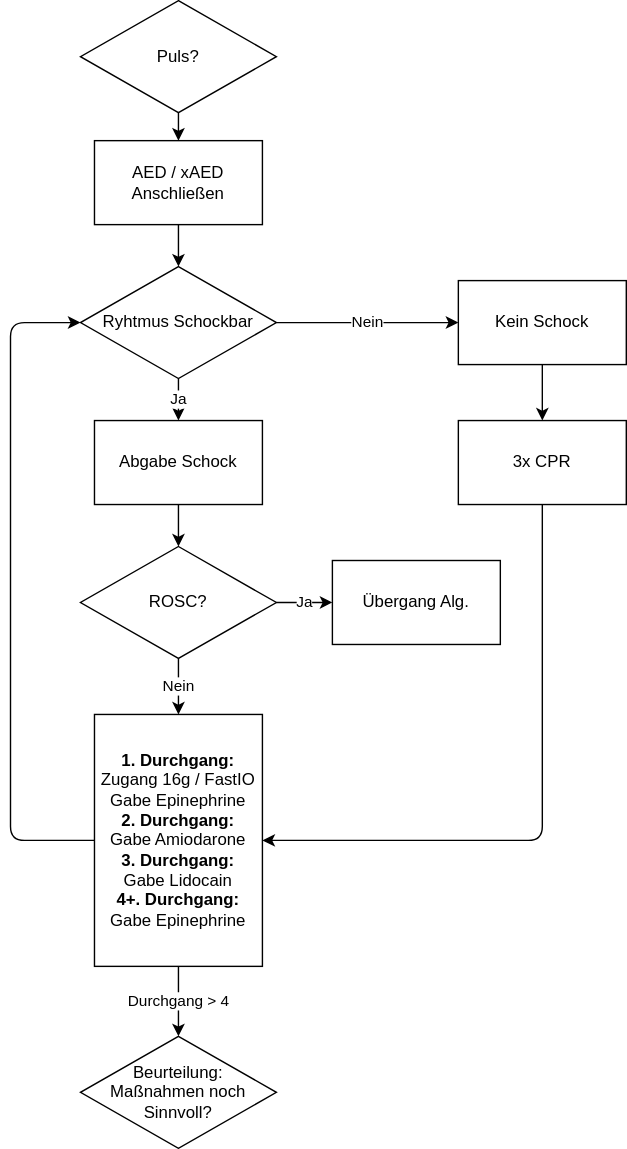
Earlier version of the draw.io export img/medical/x-TraumaRea.drawio.svg (immervoll/ALKIArmaSOPs). Source tidied: cells renumbered, new cells last; positions are measured from the earlier drawing's top-left corner, leaving out a move shared by most shapes. The source it was exported from:
```xml
<mxGraphModel>
  <root>
    <mxCell id="0" />
    <mxCell id="1" parent="0" />
    <mxCell id="2" style="edgeStyle=none;html=1;" parent="1" edge="1" source="3" target="13">
      <mxGeometry relative="1" as="geometry" />
    </mxCell>
    <mxCell id="3" value="Puls?" style="rhombus;whiteSpace=wrap;html=1;" parent="1" vertex="1">
      <mxGeometry x="50" width="140" height="80" as="geometry" />
    </mxCell>
    <mxCell id="4" style="edgeStyle=none;html=1;" parent="1" edge="1" source="5" target="8">
      <mxGeometry relative="1" as="geometry" />
    </mxCell>
    <mxCell id="5" value="Abgabe Schock" style="whiteSpace=wrap;html=1;" parent="1" vertex="1">
      <mxGeometry x="60" y="300" width="120" height="60" as="geometry" />
    </mxCell>
    <mxCell id="6" value="Nein" style="edgeStyle=none;html=1;" parent="1" edge="1" source="8" target="20">
      <mxGeometry relative="1" as="geometry" />
    </mxCell>
    <mxCell id="7" value="Ja" style="edgeStyle=none;html=1;" parent="1" edge="1" source="8" target="21">
      <mxGeometry relative="1" as="geometry" />
    </mxCell>
    <mxCell id="8" value="ROSC?" style="rhombus;whiteSpace=wrap;html=1;" parent="1" vertex="1">
      <mxGeometry x="50" y="390" width="140" height="80" as="geometry" />
    </mxCell>
    <mxCell id="9" value="Ja" style="edgeStyle=none;html=1;exitX=0.5;exitY=1;exitDx=0;exitDy=0;" parent="1" edge="1" source="11" target="5">
      <mxGeometry relative="1" as="geometry" />
    </mxCell>
    <mxCell id="10" value="Nein" style="edgeStyle=none;html=1;" parent="1" edge="1" source="11" target="15">
      <mxGeometry relative="1" as="geometry" />
    </mxCell>
    <mxCell id="11" value="Ryhtmus Schockbar" style="rhombus;whiteSpace=wrap;html=1;" parent="1" vertex="1">
      <mxGeometry x="50" y="190" width="140" height="80" as="geometry" />
    </mxCell>
    <mxCell id="12" style="edgeStyle=none;html=1;" parent="1" edge="1" source="13" target="11">
      <mxGeometry relative="1" as="geometry" />
    </mxCell>
    <mxCell id="13" value="AED / xAED Anschließen" style="whiteSpace=wrap;html=1;" parent="1" vertex="1">
      <mxGeometry x="60" y="100" width="120" height="60" as="geometry" />
    </mxCell>
    <mxCell id="14" style="edgeStyle=none;html=1;" parent="1" edge="1" source="15" target="17">
      <mxGeometry relative="1" as="geometry" />
    </mxCell>
    <mxCell id="15" value="Kein Schock" style="whiteSpace=wrap;html=1;" parent="1" vertex="1">
      <mxGeometry x="320" y="200" width="120" height="60" as="geometry" />
    </mxCell>
    <mxCell id="16" style="edgeStyle=none;html=1;exitX=0.5;exitY=1;exitDx=0;exitDy=0;entryX=1;entryY=0.5;entryDx=0;entryDy=0;" parent="1" edge="1" source="17" target="20">
      <mxGeometry relative="1" as="geometry">
        <Array as="points">
          <mxPoint x="380" y="600" />
          <mxPoint x="300" y="600" />
        </Array>
      </mxGeometry>
    </mxCell>
    <mxCell id="17" value="3x CPR" style="whiteSpace=wrap;html=1;" parent="1" vertex="1">
      <mxGeometry x="320" y="300" width="120" height="60" as="geometry" />
    </mxCell>
    <mxCell id="18" style="edgeStyle=none;html=1;exitX=0;exitY=0.5;exitDx=0;exitDy=0;entryX=0;entryY=0.5;entryDx=0;entryDy=0;" parent="1" edge="1" source="20" target="11">
      <mxGeometry relative="1" as="geometry">
        <Array as="points">
          <mxPoint y="600" />
          <mxPoint y="230" />
        </Array>
      </mxGeometry>
    </mxCell>
    <mxCell id="19" value="Durchgang &amp;gt; 4" style="edgeStyle=none;html=1;" parent="1" edge="1" source="20" target="22">
      <mxGeometry relative="1" as="geometry" />
    </mxCell>
    <mxCell id="20" value="&lt;b&gt;1. Durchgang:&lt;/b&gt;&lt;br&gt;Zugang 16g / FastIO&lt;br&gt;Gabe Epinephrine&lt;br&gt;&lt;b&gt;2. Durchgang:&lt;/b&gt;&lt;br&gt;Gabe Amiodarone&lt;br&gt;&lt;b&gt;3. Durchgang:&lt;/b&gt;&lt;br&gt;Gabe Lidocain&lt;br&gt;&lt;b&gt;4+. Durchgang:&lt;br&gt;&lt;/b&gt;Gabe Epinephrine" style="whiteSpace=wrap;html=1;" parent="1" vertex="1">
      <mxGeometry x="60" y="510" width="120" height="180" as="geometry" />
    </mxCell>
    <mxCell id="21" value="Übergang Alg." style="whiteSpace=wrap;html=1;" parent="1" vertex="1">
      <mxGeometry x="230" y="400" width="120" height="60" as="geometry" />
    </mxCell>
    <mxCell id="22" value="Beurteilung:&lt;br&gt;Maßnahmen noch Sinnvoll?" style="rhombus;whiteSpace=wrap;html=1;" parent="1" vertex="1">
      <mxGeometry x="50" y="740" width="140" height="80" as="geometry" />
    </mxCell>
  </root>
</mxGraphModel>
```
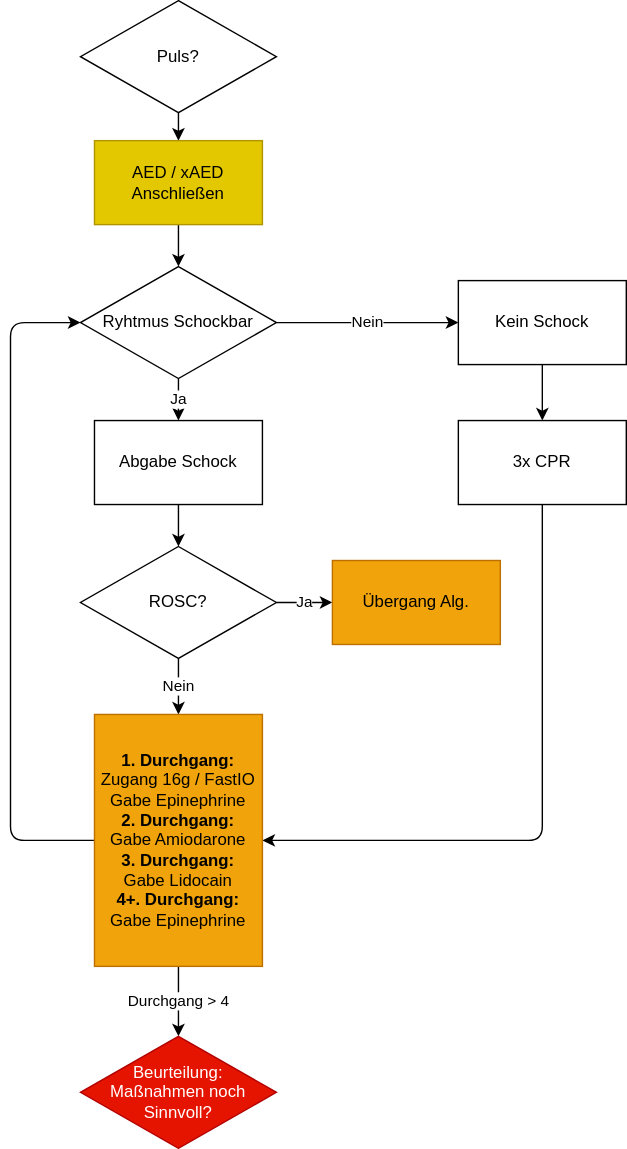
The same diagram one commit later.

The edit, as a diff of the source:
```diff
@@ -35,7 +35,7 @@
     <mxCell id="12" style="edgeStyle=none;html=1;" parent="1" edge="1" source="13" target="11">
       <mxGeometry relative="1" as="geometry" />
     </mxCell>
-    <mxCell id="13" value="AED / xAED Anschließen" style="whiteSpace=wrap;html=1;" parent="1" vertex="1">
+    <mxCell id="13" value="AED / xAED Anschließen" style="whiteSpace=wrap;html=1;fillColor=#e3c800;fontColor=#000000;strokeColor=#B09500;" parent="1" vertex="1">
       <mxGeometry x="60" y="100" width="120" height="60" as="geometry" />
     </mxCell>
     <mxCell id="14" style="edgeStyle=none;html=1;" parent="1" edge="1" source="15" target="17">
@@ -66,13 +66,13 @@
     <mxCell id="19" value="Durchgang &amp;gt; 4" style="edgeStyle=none;html=1;" parent="1" edge="1" source="20" target="22">
       <mxGeometry relative="1" as="geometry" />
     </mxCell>
-    <mxCell id="20" value="&lt;b&gt;1. Durchgang:&lt;/b&gt;&lt;br&gt;Zugang 16g / FastIO&lt;br&gt;Gabe Epinephrine&lt;br&gt;&lt;b&gt;2. Durchgang:&lt;/b&gt;&lt;br&gt;Gabe Amiodarone&lt;br&gt;&lt;b&gt;3. Durchgang:&lt;/b&gt;&lt;br&gt;Gabe Lidocain&lt;br&gt;&lt;b&gt;4+. Durchgang:&lt;br&gt;&lt;/b&gt;Gabe Epinephrine" style="whiteSpace=wrap;html=1;" parent="1" vertex="1">
+    <mxCell id="20" value="&lt;b&gt;1. Durchgang:&lt;/b&gt;&lt;br&gt;Zugang 16g / FastIO&lt;br&gt;Gabe Epinephrine&lt;br&gt;&lt;b&gt;2. Durchgang:&lt;/b&gt;&lt;br&gt;Gabe Amiodarone&lt;br&gt;&lt;b&gt;3. Durchgang:&lt;/b&gt;&lt;br&gt;Gabe Lidocain&lt;br&gt;&lt;b&gt;4+. Durchgang:&lt;br&gt;&lt;/b&gt;Gabe Epinephrine" style="whiteSpace=wrap;html=1;fillColor=#f0a30a;fontColor=#000000;strokeColor=#BD7000;" parent="1" vertex="1">
       <mxGeometry x="60" y="510" width="120" height="180" as="geometry" />
     </mxCell>
-    <mxCell id="21" value="Übergang Alg." style="whiteSpace=wrap;html=1;" parent="1" vertex="1">
+    <mxCell id="21" value="Übergang Alg." style="whiteSpace=wrap;html=1;fillColor=#f0a30a;fontColor=#000000;strokeColor=#BD7000;" parent="1" vertex="1">
       <mxGeometry x="230" y="400" width="120" height="60" as="geometry" />
     </mxCell>
-    <mxCell id="22" value="Beurteilung:&lt;br&gt;Maßnahmen noch Sinnvoll?" style="rhombus;whiteSpace=wrap;html=1;" parent="1" vertex="1">
+    <mxCell id="22" value="Beurteilung:&lt;br&gt;Maßnahmen noch Sinnvoll?" style="rhombus;whiteSpace=wrap;html=1;fillColor=#e51400;fontColor=#ffffff;strokeColor=#B20000;" parent="1" vertex="1">
       <mxGeometry x="50" y="740" width="140" height="80" as="geometry" />
     </mxCell>
   </root>
```
